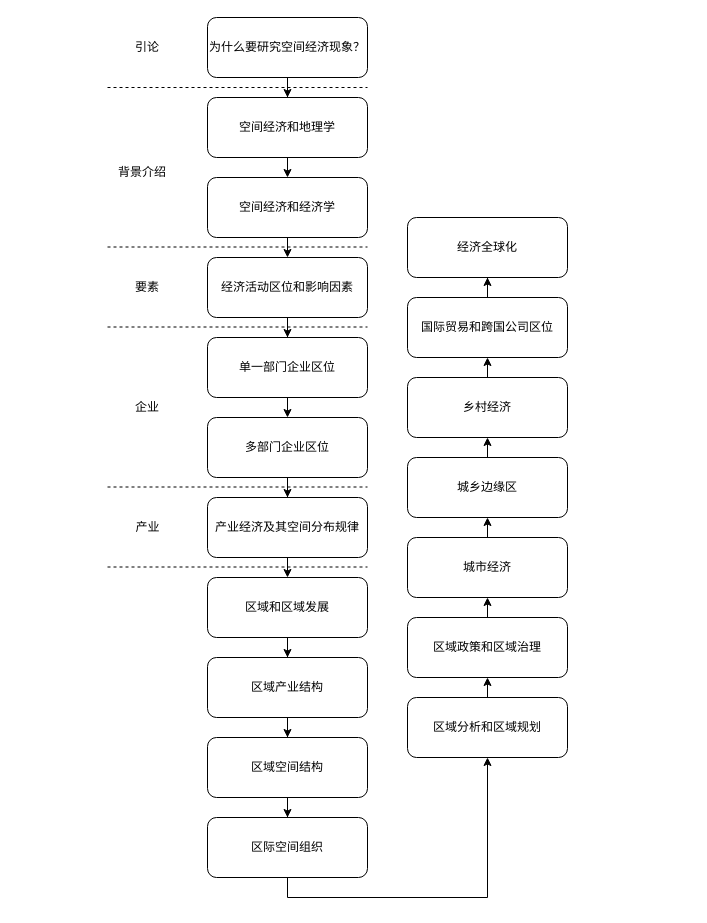
PhysicsZhang/KnowledgeGraph keeps this draw.io diagram as 未命名绘图.drawio. Above is the earlier version. Source tidied: cells renumbered, new cells numbered last; positions are measured from the earlier drawing's top-left corner, leaving out a move shared by most shapes. Both pictures are drawn from the tidied source at 100%, with x=0, y=0 at pixel (107, 17).
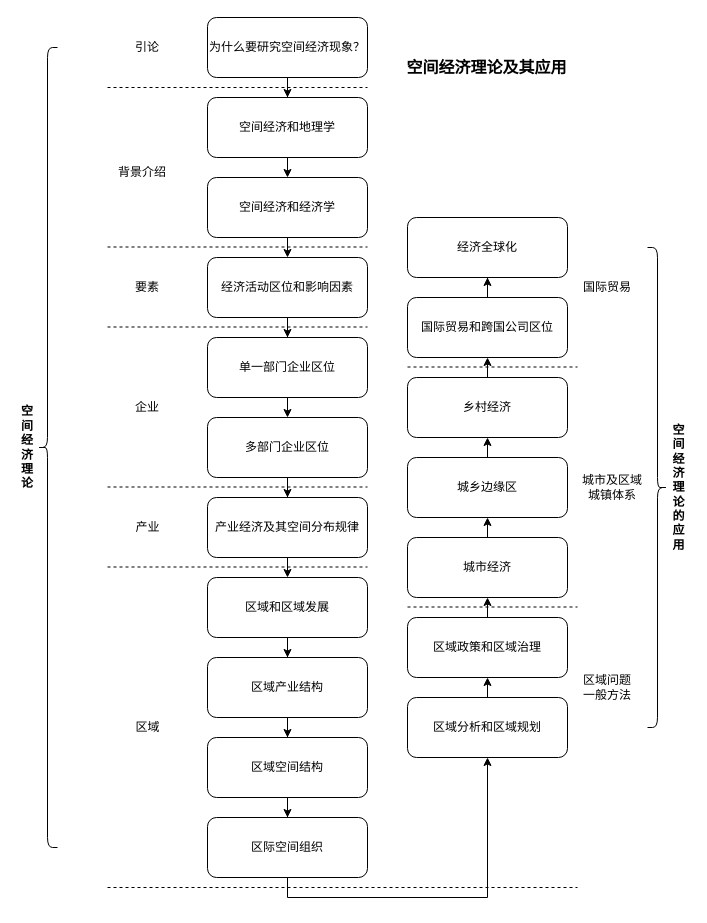
After the change.

Commit message:
更新未命名绘图.drawio

What changed in the source:
```diff
@@
+    <mxCell id="47" value="区域" style="text;html=1;align=center;verticalAlign=middle;" parent="1" vertex="1">
+      <mxGeometry x="20" y="700" width="40" height="20" as="geometry" />
+    </mxCell>
+    <mxCell id="48" style="endArrow=none;dashed=1;html=1;" parent="1" edge="1">
+      <mxGeometry relative="1" as="geometry">
+        <mxPoint y="870" as="sourcePoint" />
+        <mxPoint x="470" y="870" as="targetPoint" />
+      </mxGeometry>
+    </mxCell>
+    <mxCell id="49" style="endArrow=none;dashed=1;html=1;" parent="1" edge="1">
+      <mxGeometry relative="1" as="geometry">
+        <mxPoint x="300" y="589.5" as="sourcePoint" />
+        <mxPoint x="470" y="589.5" as="targetPoint" />
+      </mxGeometry>
+    </mxCell>
+    <mxCell id="50" style="endArrow=none;dashed=1;html=1;" parent="1" edge="1">
+      <mxGeometry relative="1" as="geometry">
+        <mxPoint x="300" y="349.5" as="sourcePoint" />
+        <mxPoint x="470" y="349.5" as="targetPoint" />
+      </mxGeometry>
+    </mxCell>
+    <mxCell id="51" style="shape=curlyBracket;whiteSpace=wrap;html=1;rounded=1;size=0.5;" parent="1" vertex="1">
+      <mxGeometry x="-70" y="30" width="20" height="800" as="geometry" />
+    </mxCell>
+    <mxCell id="52" value="区域问题一般方法" style="text;html=1;strokeColor=none;fillColor=none;align=center;verticalAlign=middle;whiteSpace=wrap;rounded=0;" parent="1" vertex="1">
+      <mxGeometry x="470" y="642.5" width="60" height="55" as="geometry" />
+    </mxCell>
+    <mxCell id="53" value="城市及区域城镇体系" style="text;html=1;strokeColor=none;fillColor=none;align=center;verticalAlign=middle;whiteSpace=wrap;rounded=0;" parent="1" vertex="1">
+      <mxGeometry x="470" y="447.5" width="70" height="45" as="geometry" />
+    </mxCell>
+    <mxCell id="54" value="国际贸易" style="text;html=1;strokeColor=none;fillColor=none;align=center;verticalAlign=middle;whiteSpace=wrap;rounded=0;" parent="1" vertex="1">
+      <mxGeometry x="470" y="255" width="60" height="30" as="geometry" />
+    </mxCell>
+    <mxCell id="55" value="&lt;b&gt;空间经济理论&lt;/b&gt;" style="text;html=1;strokeColor=none;fillColor=none;align=center;verticalAlign=middle;whiteSpace=wrap;rounded=0;" parent="1" vertex="1">
+      <mxGeometry x="-90" y="382.5" width="20" height="95" as="geometry" />
+    </mxCell>
+    <mxCell id="56" style="shape=curlyBracket;whiteSpace=wrap;html=1;rounded=1;size=0.5;rotation=-180;" parent="1" vertex="1">
+      <mxGeometry x="540" y="230" width="20" height="480" as="geometry" />
+    </mxCell>
+    <mxCell id="57" value="&lt;b&gt;空间经济理论的应用&lt;/b&gt;" style="text;html=1;strokeColor=none;fillColor=none;align=center;verticalAlign=middle;whiteSpace=wrap;rounded=0;" parent="1" vertex="1">
+      <mxGeometry x="560" y="391.2" width="23" height="157.5" as="geometry" />
+    </mxCell>
+    <mxCell id="58" value="&lt;font style=&quot;font-size: 16px&quot;&gt;&lt;b&gt;空间经济理论及其应用&lt;/b&gt;&lt;/font&gt;" style="text;html=1;strokeColor=none;fillColor=none;align=center;verticalAlign=middle;whiteSpace=wrap;rounded=0;" parent="1" vertex="1">
+      <mxGeometry x="297.5" y="30" width="162.5" height="40" as="geometry" />
+    </mxCell>
```
